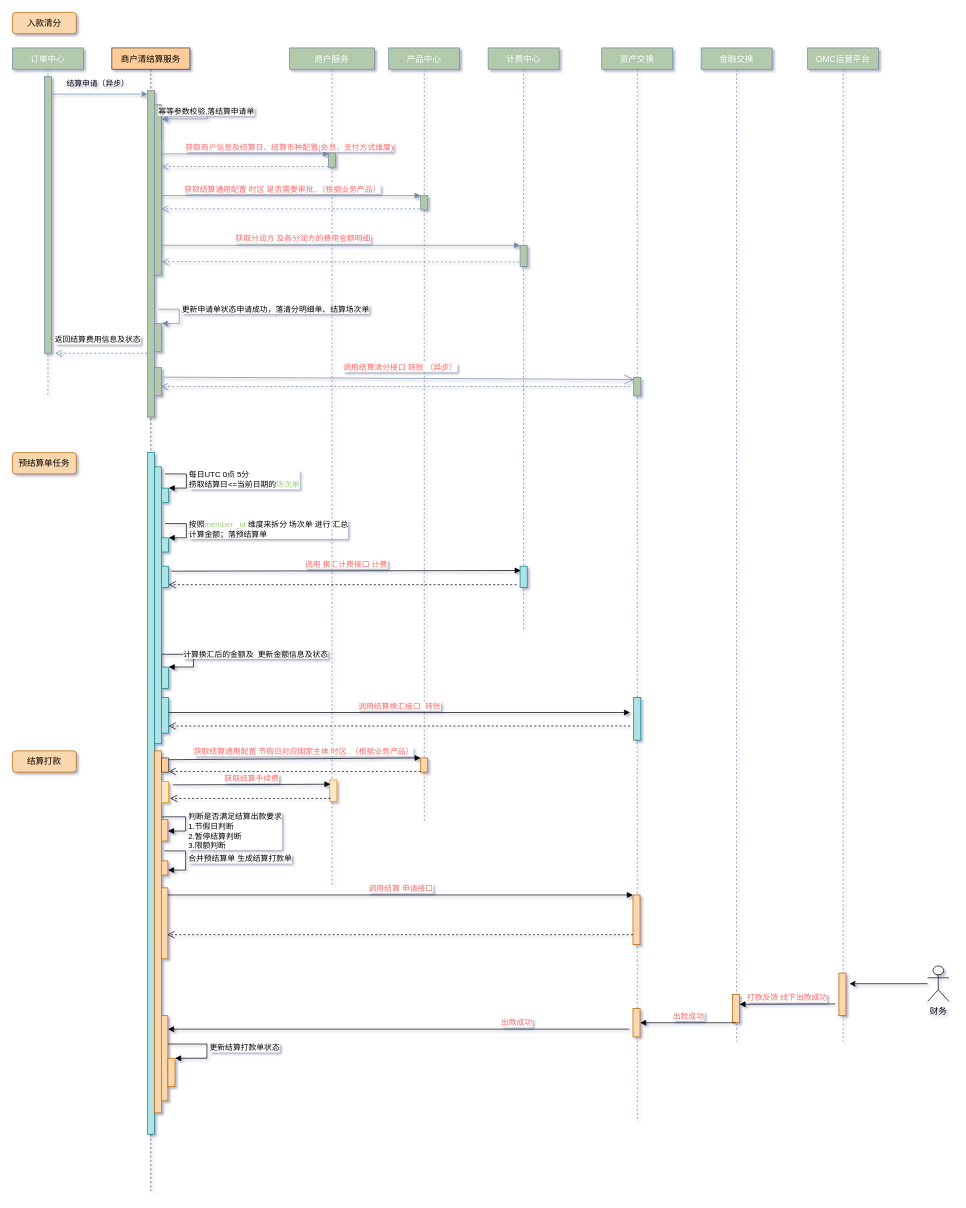
Earlier version of the draw.io diagram merchant-settle/Untitled Diagram.drawio (DominicElvira/Diagrams). Source tidied: cells renumbered, new cells numbered last; positions are measured from the earlier drawing's top-left corner, leaving out a move shared by most shapes. Both pictures are drawn from the tidied source at 71%, with x=0, y=0 at pixel (12, 12).
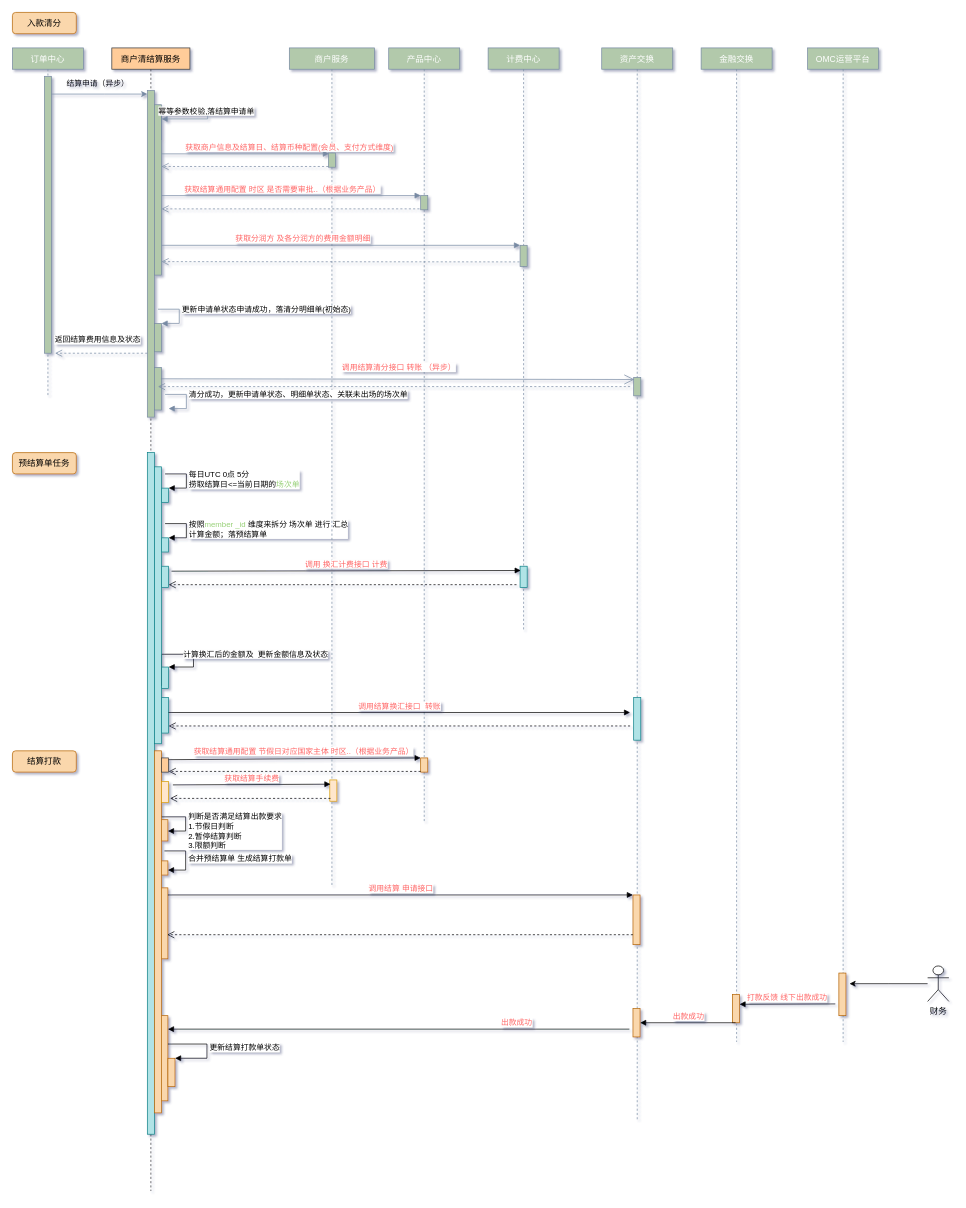
The same page after the edit.

The change refers to these unchanged cells:
```xml
<mxCell id="4" value="商户清结算服务" style="shape=umlLifeline;perimeter=lifelinePerimeter;shadow=0;strokeWidth=1;fillColor=#ffcc99;strokeColor=#36393d;rounded=0;size=30;" parent="1" vertex="1">
  <mxGeometry x="140" y="50" width="110" height="1610" as="geometry" />
</mxCell>
<mxCell id="8" style="html=1;points=[];perimeter=orthogonalPerimeter;fontSize=11;fontColor=#000000;strokeColor=#788AA3;fillColor=#B2C9AB;" parent="4" vertex="1">
  <mxGeometry x="60" y="388" width="10" height="40" as="geometry" />
</mxCell>
<mxCell id="36" style="html=1;points=[];perimeter=orthogonalPerimeter;fontSize=11;fontColor=#000000;strokeColor=#788AA3;fillColor=#B2C9AB;" parent="35" vertex="1">
  <mxGeometry x="45" y="464" width="10" height="26" as="geometry" />
</mxCell>
```

What changed in the source:
```diff
@@
-    <mxCell id="9" value="更新申请单状态申请成功，落清分明细单、结算场次单" style="edgeStyle=orthogonalEdgeStyle;html=1;align=left;spacingLeft=2;endArrow=block;rounded=0;entryX=1;entryY=0;fontSize=11;fontColor=#000000;strokeColor=#788AA3;strokeWidth=1;fillColor=#B2C9AB;curved=0;jumpStyle=none;" parent="4" edge="1" target="8">
+    <mxCell id="9" value="更新申请单状态申请成功，落清分明细单(初始态)" style="edgeStyle=orthogonalEdgeStyle;html=1;align=left;spacingLeft=2;endArrow=block;rounded=0;entryX=1;entryY=0;fontSize=11;fontColor=#000000;strokeColor=#788AA3;strokeWidth=1;fillColor=#B2C9AB;curved=0;jumpStyle=none;" parent="4" edge="1" target="8">
       <mxGeometry x="-0.2" relative="1" as="geometry">
         <mxPoint x="65" y="368" as="sourcePoint" />
         <Array as="points">
           <mxPoint x="95" y="368" />
         </Array>
       </mxGeometry>
     </mxCell>
@@
     <mxCell id="11" style="html=1;points=[];perimeter=orthogonalPerimeter;fontSize=11;fontColor=#000000;strokeColor=#788AA3;fillColor=#B2C9AB;" parent="4" vertex="1">
-      <mxGeometry x="60" y="450" width="10" height="40" as="geometry" />
+      <mxGeometry x="60" y="450" width="10" height="60" as="geometry" />
     </mxCell>
@@
-    <mxCell id="54" value="&lt;font color=&quot;#ff6666&quot;&gt;调用结算清分接口 转账 （异步）&lt;/font&gt;" style="html=1;verticalAlign=bottom;endArrow=open;dashed=1;endSize=8;fontSize=11;fontColor=#000000;strokeColor=#788AA3;strokeWidth=1;fillColor=#B2C9AB;curved=0;jumpStyle=none;entryX=0.9;entryY=0.675;entryDx=0;entryDy=0;entryPerimeter=0;" parent="1" edge="1" target="11">
+    <mxCell id="54" value="&lt;font color=&quot;#ff6666&quot;&gt;调用结算清分接口 转账 （异步）&lt;/font&gt;" style="html=1;verticalAlign=bottom;endArrow=open;dashed=1;endSize=8;fontSize=11;fontColor=#000000;strokeColor=#788AA3;strokeWidth=1;fillColor=#B2C9AB;curved=0;jumpStyle=none;" parent="1" edge="1">
       <mxGeometry x="-0.02" y="-18" relative="1" as="geometry">
         <mxPoint x="870" y="527" as="sourcePoint" />
+        <mxPoint x="205" y="527" as="targetPoint" />
       </mxGeometry>
     </mxCell>
-    <mxCell id="55" style="endArrow=open;endFill=1;endSize=12;html=1;fontSize=11;fontColor=#000000;strokeColor=#788AA3;strokeWidth=1;fillColor=#B2C9AB;curved=0;jumpStyle=none;exitX=1.167;exitY=0.342;exitDx=0;exitDy=0;exitPerimeter=0;entryX=0.083;entryY=0.115;entryDx=0;entryDy=0;entryPerimeter=0;" parent="1" edge="1" source="11" target="36">
+    <mxCell id="55" style="endArrow=open;endFill=1;endSize=12;html=1;fontSize=11;fontColor=#000000;strokeColor=#788AA3;strokeWidth=1;fillColor=#B2C9AB;curved=0;jumpStyle=none;exitX=0.9;exitY=0.267;exitDx=0;exitDy=0;exitPerimeter=0;entryX=0.083;entryY=0.115;entryDx=0;entryDy=0;entryPerimeter=0;" parent="1" edge="1" source="11" target="36">
       <mxGeometry relative="1" as="geometry" />
     </mxCell>
@@
+    <mxCell id="79" value="清分成功，更新申请单状态、明细单状态、关联未出场的场次单" style="edgeStyle=orthogonalEdgeStyle;html=1;align=left;spacingLeft=2;endArrow=block;rounded=0;entryX=1;entryY=0;fontSize=11;fontColor=#000000;strokeColor=#788AA3;strokeWidth=1;fillColor=#B2C9AB;curved=0;jumpStyle=none;" parent="1" edge="1">
+      <mxGeometry x="-0.2" relative="1" as="geometry">
+        <mxPoint x="215" y="538" as="sourcePoint" />
+        <mxPoint x="220" y="558" as="targetPoint" />
+        <Array as="points">
+          <mxPoint x="245" y="538" />
+        </Array>
+      </mxGeometry>
+    </mxCell>
```
